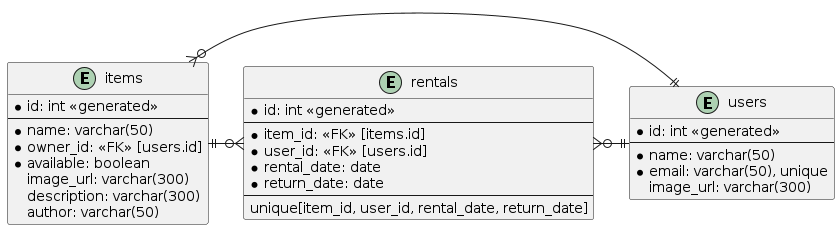
Above: docs/er_diagram/er_diagram/er_diagram.png in naoyuki1115/chan-kari (PlantUML), before the change. Source of this version:
```plantuml
@startuml
entity "users" {
  * id: int <<generated>>
  --
  * name: varchar(50)
  * email: varchar(50), unique
    image_url: varchar(300)
}

entity "items" {
  *id: int <<generated>>
  --
  * name: varchar(50)
  * owner_id: <<FK>> [users.id]
  * available: boolean
    image_url: varchar(300)
    description: varchar(300)
    author: varchar(50)
}

entity "rentals" {
  * id: int <<generated>>
  --
  * item_id: <<FK>> [items.id]
  * user_id: <<FK>> [users.id]
  * rental_date: date
  * return_date: date
  --
  unique[item_id, user_id, rental_date, return_date]
}

users ||-l-o{ rentals
items ||-r-o{ rentals
users ||-l-o{ items
@enduml
```
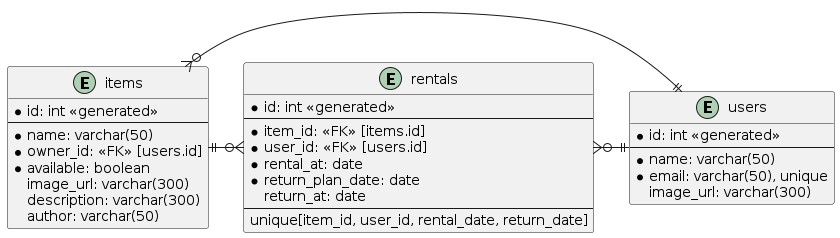
The same file after the commit.

Change to the diagram source:
```diff
@@ -23,8 +23,9 @@
   --
   * item_id: <<FK>> [items.id]
   * user_id: <<FK>> [users.id]
-  * rental_date: date
-  * return_date: date
+  * rental_at: date
+  * return_plan_date: date
+  return_at: date
   --
   unique[item_id, user_id, rental_date, return_date]
 }
```
